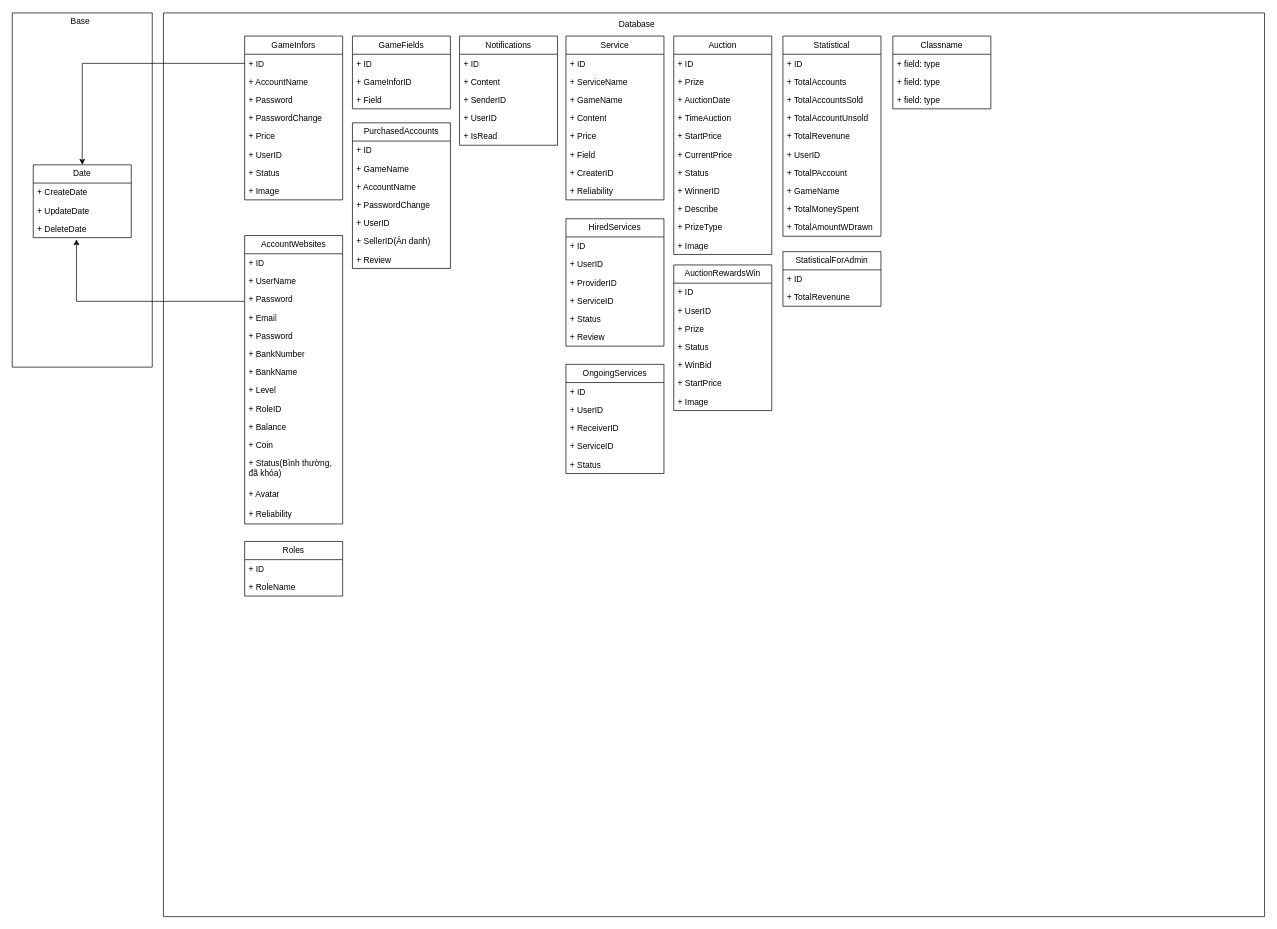
Above: Biểu đồ không có tiêu đề.drawio in RudeusGs/GameTradeZone (draw.io), before the change. Source tidied: cells renumbered, new cells numbered last; positions are measured from the earlier drawing's top-left corner, leaving out a move shared by most shapes. Both pictures are drawn from the tidied source at 70%, with x=0, y=0 at pixel (12, 12).
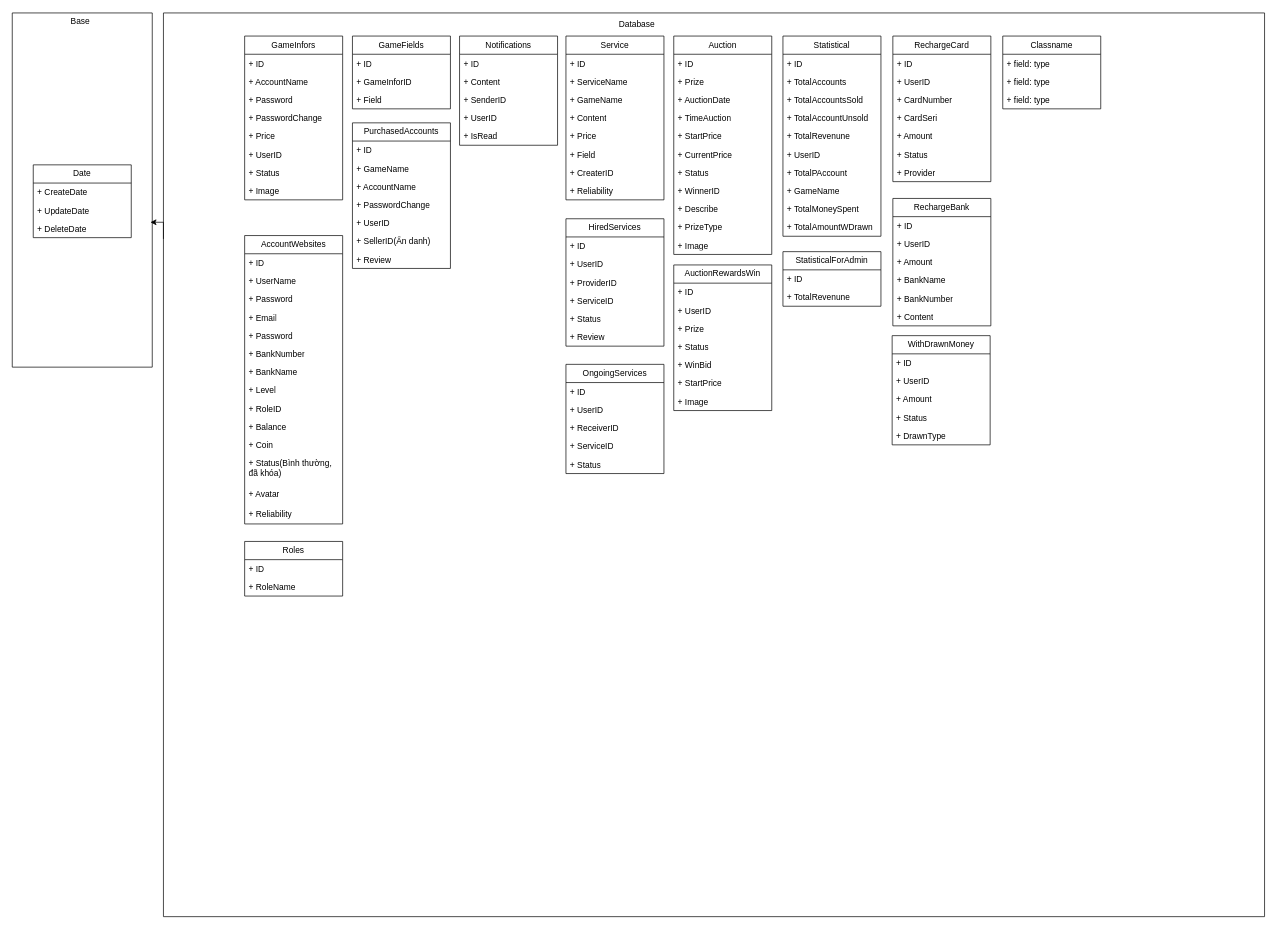
The same diagram, later.

Unchanged cells that the change refers to:
```xml
<mxCell id="2" value="AccountWebsites" style="swimlane;fontStyle=0;horizontal=1;startSize=26;fillColor=none;whiteSpace=wrap;html=1;" parent="1" vertex="1">
  <mxGeometry x="332" y="319" width="140" height="412" as="geometry" />
</mxCell>
<mxCell id="18" style="swimlane;startSize=0;" parent="1" vertex="1">
  <mxGeometry y="1" width="200" height="506" as="geometry" />
</mxCell>
<mxCell id="19" value="Date" style="swimlane;fontStyle=0;horizontal=1;startSize=26;fillColor=none;whiteSpace=wrap;html=1;" parent="18" vertex="1">
  <mxGeometry x="30" y="217" width="140" height="104" as="geometry" />
</mxCell>
<mxCell id="22" value="+ DeleteDate" style="text;strokeColor=none;fillColor=none;align=left;verticalAlign=top;spacingLeft=4;spacingRight=4;overflow=hidden;points=[[0,0.5],[1,0.5]];portConstraint=eastwest;whiteSpace=wrap;html=1;" parent="19" vertex="1">
  <mxGeometry y="78" width="140" height="26" as="geometry" />
</mxCell>
<mxCell id="24" style="swimlane;startSize=0;" parent="1" vertex="1">
  <mxGeometry x="216" y="1" width="1573" height="1291" as="geometry" />
</mxCell>
<mxCell id="31" value="+ ID" style="text;strokeColor=none;fillColor=none;align=left;verticalAlign=top;spacingLeft=4;spacingRight=4;overflow=hidden;points=[[0,0.5],[1,0.5]];portConstraint=eastwest;whiteSpace=wrap;html=1;" parent="30" vertex="1">
  <mxGeometry y="26" width="140" height="26" as="geometry" />
</mxCell>
```

Diff of the diagram source:
```diff
@@
-    <mxCell id="17" style="edgeStyle=orthogonalEdgeStyle;rounded=0;jettySize=auto;html=1;entryX=0.441;entryY=1.09;entryDx=0;entryDy=0;entryPerimeter=0;" parent="1" edge="1" source="2" target="22">
-      <mxGeometry relative="1" as="geometry">
-        <Array as="points">
-          <mxPoint x="92" y="413" />
-        </Array>
-      </mxGeometry>
-    </mxCell>
@@
-    <mxCell id="112" style="edgeStyle=orthogonalEdgeStyle;rounded=0;jettySize=auto;html=1;entryX=0.5;entryY=0;entryDx=0;entryDy=0;" parent="1" edge="1" source="31" target="19">
-      <mxGeometry relative="1" as="geometry" />
-    </mxCell>
+    <mxCell id="117" value="WithDrawnMoney" style="swimlane;fontStyle=0;horizontal=1;startSize=26;fillColor=none;whiteSpace=wrap;html=1;" parent="24" vertex="1">
+      <mxGeometry x="1041" y="461" width="140" height="156" as="geometry" />
+    </mxCell>
+    <mxCell id="118" value="+ ID" style="text;strokeColor=none;fillColor=none;align=left;verticalAlign=top;spacingLeft=4;spacingRight=4;overflow=hidden;whiteSpace=wrap;html=1;" parent="117" vertex="1">
+      <mxGeometry y="26" width="140" height="26" as="geometry" />
+    </mxCell>
+    <mxCell id="119" value="+ UserID" style="text;strokeColor=none;fillColor=none;align=left;verticalAlign=top;spacingLeft=4;spacingRight=4;overflow=hidden;whiteSpace=wrap;html=1;" parent="117" vertex="1">
+      <mxGeometry y="52" width="140" height="26" as="geometry" />
+    </mxCell>
+    <mxCell id="120" value="+ Amount" style="text;strokeColor=none;fillColor=none;align=left;verticalAlign=top;spacingLeft=4;spacingRight=4;overflow=hidden;whiteSpace=wrap;html=1;" parent="117" vertex="1">
+      <mxGeometry y="78" width="140" height="26" as="geometry" />
+    </mxCell>
+    <mxCell id="121" value="+ Status" style="text;strokeColor=none;fillColor=none;align=left;verticalAlign=top;spacingLeft=4;spacingRight=4;overflow=hidden;whiteSpace=wrap;html=1;" parent="117" vertex="1">
+      <mxGeometry y="104" width="140" height="26" as="geometry" />
+    </mxCell>
+    <mxCell id="122" value="+ DrawnType" style="text;strokeColor=none;fillColor=none;align=left;verticalAlign=top;spacingLeft=4;spacingRight=4;overflow=hidden;whiteSpace=wrap;html=1;" parent="117" vertex="1">
+      <mxGeometry y="130" width="140" height="26" as="geometry" />
+    </mxCell>
+    <mxCell id="123" value="Classname" style="swimlane;fontStyle=0;horizontal=1;startSize=26;fillColor=none;whiteSpace=wrap;html=1;" parent="24" vertex="1">
+      <mxGeometry x="1199" y="33" width="140" height="104" as="geometry" />
+    </mxCell>
+    <mxCell id="124" value="+ field: type" style="text;strokeColor=none;fillColor=none;align=left;verticalAlign=top;spacingLeft=4;spacingRight=4;overflow=hidden;whiteSpace=wrap;html=1;" parent="123" vertex="1">
+      <mxGeometry y="26" width="140" height="26" as="geometry" />
+    </mxCell>
+    <mxCell id="125" value="+ field: type" style="text;strokeColor=none;fillColor=none;align=left;verticalAlign=top;spacingLeft=4;spacingRight=4;overflow=hidden;whiteSpace=wrap;html=1;" parent="123" vertex="1">
+      <mxGeometry y="52" width="140" height="26" as="geometry" />
+    </mxCell>
+    <mxCell id="126" value="+ field: type" style="text;strokeColor=none;fillColor=none;align=left;verticalAlign=top;spacingLeft=4;spacingRight=4;overflow=hidden;whiteSpace=wrap;html=1;" parent="123" vertex="1">
+      <mxGeometry y="78" width="140" height="26" as="geometry" />
+    </mxCell>
-    <mxCell id="113" value="Classname" style="swimlane;fontStyle=0;horizontal=1;startSize=26;fillColor=none;whiteSpace=wrap;html=1;" parent="1" vertex="1">
-      <mxGeometry x="1258" y="34" width="140" height="104" as="geometry" />
+    <mxCell id="113" value="RechargeCard" style="swimlane;fontStyle=0;horizontal=1;startSize=26;fillColor=none;whiteSpace=wrap;html=1;" parent="1" vertex="1">
+      <mxGeometry x="1258" y="34" width="140" height="208" as="geometry" />
     </mxCell>
-    <mxCell id="114" value="+ field: type" style="text;strokeColor=none;fillColor=none;align=left;verticalAlign=top;spacingLeft=4;spacingRight=4;overflow=hidden;whiteSpace=wrap;html=1;" parent="113" vertex="1">
+    <mxCell id="114" value="+ ID" style="text;strokeColor=none;fillColor=none;align=left;verticalAlign=top;spacingLeft=4;spacingRight=4;overflow=hidden;whiteSpace=wrap;html=1;" parent="113" vertex="1">
       <mxGeometry y="26" width="140" height="26" as="geometry" />
     </mxCell>
-    <mxCell id="115" value="+ field: type" style="text;strokeColor=none;fillColor=none;align=left;verticalAlign=top;spacingLeft=4;spacingRight=4;overflow=hidden;whiteSpace=wrap;html=1;" parent="113" vertex="1">
+    <mxCell id="115" value="+ UserID" style="text;strokeColor=none;fillColor=none;align=left;verticalAlign=top;spacingLeft=4;spacingRight=4;overflow=hidden;whiteSpace=wrap;html=1;" parent="113" vertex="1">
       <mxGeometry y="52" width="140" height="26" as="geometry" />
     </mxCell>
-    <mxCell id="116" value="+ field: type" style="text;strokeColor=none;fillColor=none;align=left;verticalAlign=top;spacingLeft=4;spacingRight=4;overflow=hidden;whiteSpace=wrap;html=1;" parent="113" vertex="1">
+    <mxCell id="116" value="+ CardNumber" style="text;strokeColor=none;fillColor=none;align=left;verticalAlign=top;spacingLeft=4;spacingRight=4;overflow=hidden;whiteSpace=wrap;html=1;" parent="113" vertex="1">
       <mxGeometry y="78" width="140" height="26" as="geometry" />
     </mxCell>
+    <mxCell id="127" value="+ CardSeri" style="text;strokeColor=none;fillColor=none;align=left;verticalAlign=top;spacingLeft=4;spacingRight=4;overflow=hidden;whiteSpace=wrap;html=1;" parent="113" vertex="1">
+      <mxGeometry y="104" width="140" height="26" as="geometry" />
+    </mxCell>
+    <mxCell id="128" value="+ Amount" style="text;strokeColor=none;fillColor=none;align=left;verticalAlign=top;spacingLeft=4;spacingRight=4;overflow=hidden;whiteSpace=wrap;html=1;" parent="113" vertex="1">
+      <mxGeometry y="130" width="140" height="26" as="geometry" />
+    </mxCell>
+    <mxCell id="129" value="+ Status" style="text;strokeColor=none;fillColor=none;align=left;verticalAlign=top;spacingLeft=4;spacingRight=4;overflow=hidden;whiteSpace=wrap;html=1;" parent="113" vertex="1">
+      <mxGeometry y="156" width="140" height="26" as="geometry" />
+    </mxCell>
+    <mxCell id="130" value="+ Provider" style="text;strokeColor=none;fillColor=none;align=left;verticalAlign=top;spacingLeft=4;spacingRight=4;overflow=hidden;whiteSpace=wrap;html=1;" parent="113" vertex="1">
+      <mxGeometry y="182" width="140" height="26" as="geometry" />
+    </mxCell>
+    <mxCell id="131" style="edgeStyle=orthogonalEdgeStyle;rounded=0;jettySize=auto;html=1;exitX=0;exitY=0.25;exitDx=0;exitDy=0;entryX=0.987;entryY=0.591;entryDx=0;entryDy=0;entryPerimeter=0;" parent="1" edge="1" source="24" target="18">
+      <mxGeometry relative="1" as="geometry">
+        <Array as="points">
+          <mxPoint x="216" y="300" />
+        </Array>
+      </mxGeometry>
+    </mxCell>
+    <mxCell id="132" value="RechargeBank" style="swimlane;fontStyle=0;horizontal=1;startSize=26;fillColor=none;whiteSpace=wrap;html=1;" parent="1" vertex="1">
+      <mxGeometry x="1258" y="266" width="140" height="182" as="geometry" />
+    </mxCell>
+    <mxCell id="133" value="+ ID" style="text;strokeColor=none;fillColor=none;align=left;verticalAlign=top;spacingLeft=4;spacingRight=4;overflow=hidden;whiteSpace=wrap;html=1;" parent="132" vertex="1">
+      <mxGeometry y="26" width="140" height="26" as="geometry" />
+    </mxCell>
+    <mxCell id="134" value="+ UserID" style="text;strokeColor=none;fillColor=none;align=left;verticalAlign=top;spacingLeft=4;spacingRight=4;overflow=hidden;whiteSpace=wrap;html=1;" parent="132" vertex="1">
+      <mxGeometry y="52" width="140" height="26" as="geometry" />
+    </mxCell>
+    <mxCell id="135" value="+ Amount" style="text;strokeColor=none;fillColor=none;align=left;verticalAlign=top;spacingLeft=4;spacingRight=4;overflow=hidden;whiteSpace=wrap;html=1;" parent="132" vertex="1">
+      <mxGeometry y="78" width="140" height="26" as="geometry" />
+    </mxCell>
+    <mxCell id="136" value="+ BankName" style="text;strokeColor=none;fillColor=none;align=left;verticalAlign=top;spacingLeft=4;spacingRight=4;overflow=hidden;whiteSpace=wrap;html=1;" parent="132" vertex="1">
+      <mxGeometry y="104" width="140" height="26" as="geometry" />
+    </mxCell>
+    <mxCell id="137" value="+ BankNumber" style="text;strokeColor=none;fillColor=none;align=left;verticalAlign=top;spacingLeft=4;spacingRight=4;overflow=hidden;whiteSpace=wrap;html=1;" parent="132" vertex="1">
+      <mxGeometry y="130" width="140" height="26" as="geometry" />
+    </mxCell>
+    <mxCell id="138" value="+ Content" style="text;strokeColor=none;fillColor=none;align=left;verticalAlign=top;spacingLeft=4;spacingRight=4;overflow=hidden;whiteSpace=wrap;html=1;" parent="132" vertex="1">
+      <mxGeometry y="156" width="140" height="26" as="geometry" />
+    </mxCell>
```
